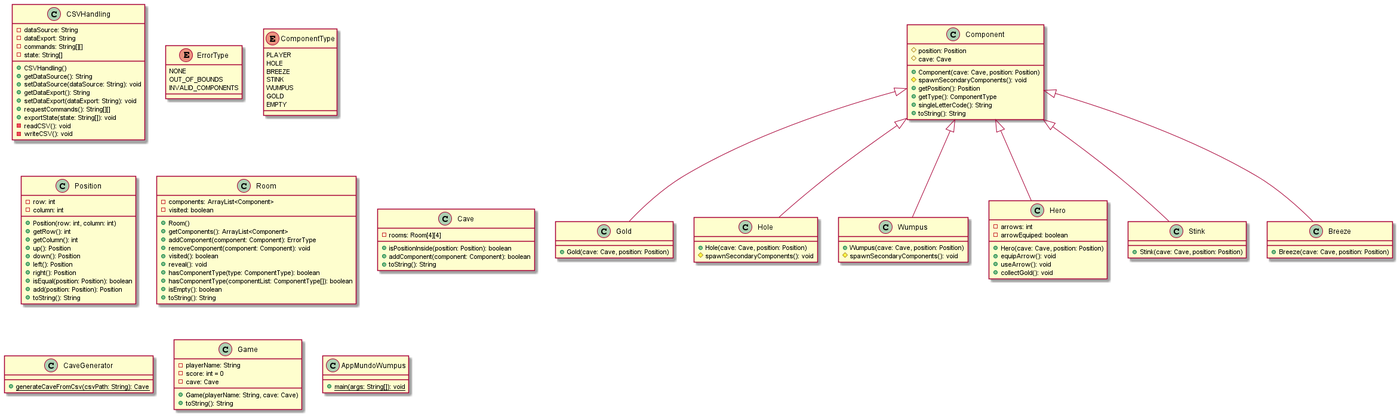
The PlantUML diagram lab06/Design.png in nukelet/mc322-group-work, before a commit.
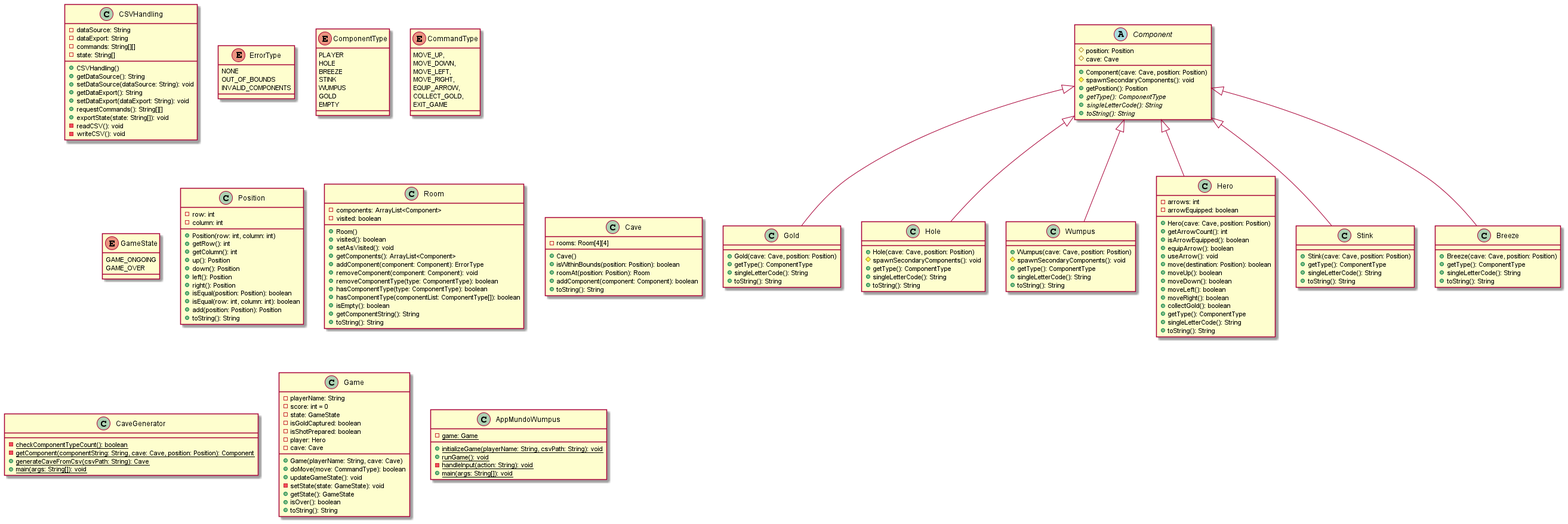
The same file after the commit.

What changed in the source:
```diff
@@ -33,6 +33,21 @@
     EMPTY
 }
 
+enum CommandType {
+    MOVE_UP,
+    MOVE_DOWN,
+    MOVE_LEFT,
+    MOVE_RIGHT,
+    EQUIP_ARROW,
+    COLLECT_GOLD,
+    EXIT_GAME
+}
+
+enum GameState {
+    GAME_ONGOING
+    GAME_OVER
+}
+
 class Position {
     - row: int
     - column: int
@@ -45,24 +60,28 @@
     + left(): Position
     + right(): Position
     + isEqual(position: Position): boolean
+    + isEqual(row: int, column: int): boolean
     + add(position: Position): Position
     + toString(): String
 }
 
-class Component {
+abstract class Component {
     # position: Position
     # cave: Cave
 
     + Component(cave: Cave, position: Position)
     # spawnSecondaryComponents(): void
     + getPosition(): Position
-    + getType(): ComponentType
-    + singleLetterCode(): String
-    + toString(): String
+    + {abstract} getType(): ComponentType
+    + {abstract} singleLetterCode(): String
+    + {abstract} toString(): String
 }
 
 class Gold {
     + Gold(cave: Cave, position: Position)
+    + getType(): ComponentType
+    + singleLetterCode(): String
+    + toString(): String
 }
 
 Component <|-- Gold
@@ -70,6 +89,9 @@
 class Hole {
     + Hole(cave: Cave, position: Position)
     # spawnSecondaryComponents(): void
+    + getType(): ComponentType
+    + singleLetterCode(): String
+    + toString(): String
 }
 
 Component <|-- Hole
@@ -77,30 +99,49 @@
 class Wumpus {
     + Wumpus(cave: Cave, position: Position)
     # spawnSecondaryComponents(): void
+    + getType(): ComponentType
+    + singleLetterCode(): String
+    + toString(): String
 }
 
 Component <|-- Wumpus
 
 class Hero {
     - arrows: int
-    - arrowEquiped: boolean
+    - arrowEquipped: boolean
 
     + Hero(cave: Cave, position: Position)
-    + equipArrow(): void
+    + getArrowCount(): int
+    + isArrowEquipped(): boolean
+    + equipArrow(): boolean
     + useArrow(): void
-    + collectGold(): void
+    + move(destination: Position): boolean
+    + moveUp(): boolean
+    + moveDown(): boolean
+    + moveLeft(): boolean
+    + moveRight(): boolean
+    + collectGold(): boolean
+    + getType(): ComponentType
+    + singleLetterCode(): String
+    + toString(): String
 }
 
 Component <|-- Hero
 
 class Stink {
     + Stink(cave: Cave, position: Position)
+    + getType(): ComponentType
+    + singleLetterCode(): String
+    + toString(): String
 }
 
 Component <|-- Stink
 
 class Breeze {
     + Breeze(cave: Cave, position: Position)
+    + getType(): ComponentType
+    + singleLetterCode(): String
+    + toString(): String
 }
 
 Component <|-- Breeze
@@ -110,42 +151,61 @@
     - visited: boolean
 
     + Room()
+    + visited(): boolean
+    + setAsVisited(): void
     + getComponents(): ArrayList<Component>
     + addComponent(component: Component): ErrorType
     + removeComponent(component: Component): void
-    + visited(): boolean
-    + reveal(): void
+    + removeComponentType(type: ComponentType): boolean
     + hasComponentType(type: ComponentType): boolean
     + hasComponentType(componentList: ComponentType[]): boolean
     + isEmpty(): boolean
+    + getComponentString(): String
     + toString(): String
 }
 
 class Cave {
     - rooms: Room[4][4]
 
-    + isPositionInside(position: Position): boolean
+    + Cave()
+    + isWithinBounds(position: Position): boolean
+    + roomAt(position: Position): Room
     + addComponent(component: Component): boolean
     + toString(): String
 }
 
 class CaveGenerator {
-
-    {static} + generateCaveFromCsv(csvPath: String): Cave
+    - {static} checkComponentTypeCount(): boolean
+    - {static} getComponent(componentString: String, cave: Cave, position: Position): Component
+    + {static} generateCaveFromCsv(csvPath: String): Cave
+    + {static} main(args: String[]): void
 }
 
 class Game {
     - playerName: String
     - score: int = 0
+    - state: GameState
+    - isGoldCaptured: boolean
+    - isShotPrepared: boolean
+    - player: Hero
     - cave: Cave
 
     + Game(playerName: String, cave: Cave)
+    + doMove(move: CommandType): boolean
+    + updateGameState(): void
+    - setState(state: GameState): void
+    + getState(): GameState
+    + isOver(): boolean
     + toString(): String
 }
 
 class AppMundoWumpus {
+    - {static} game: Game
 
-    {static} + main(args: String[]): void
+    + {static} initializeGame(playerName: String, csvPath: String): void
+    + {static} runGame(): void
+    - {static} handleInput(action: String): void
+    + {static} main(args: String[]): void
 }
 
 @enduml
```
